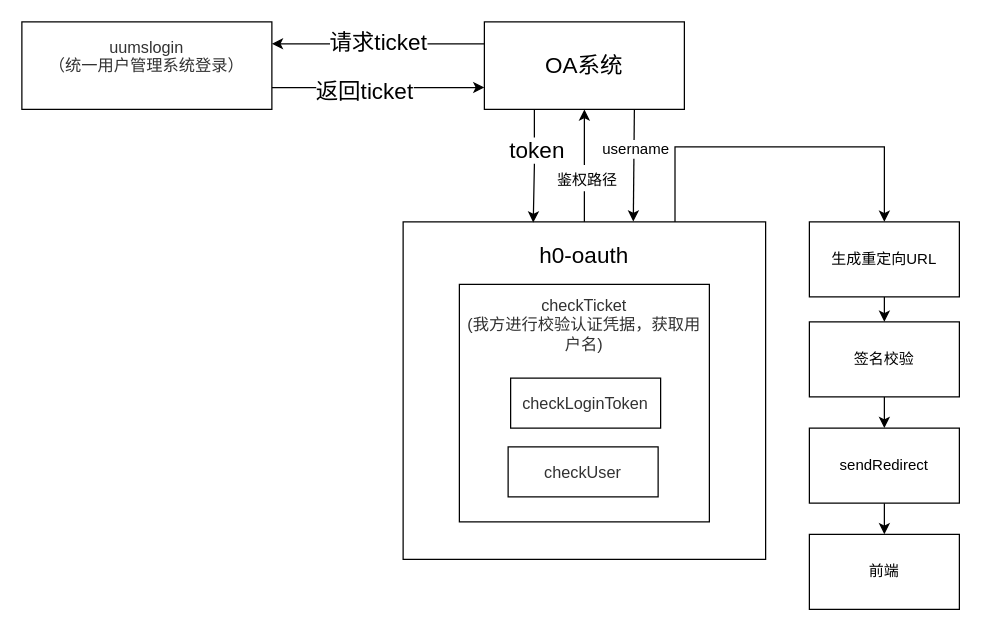
Before: OA.drawio in Alpha-chatbot/pic, a draw.io diagram. Source tidied: cells renumbered, new cells numbered last; positions are measured from the earlier drawing's top-left corner, leaving out a move shared by most shapes. Both pictures are drawn from the tidied source at 125%, with x=0, y=0 at pixel (21, 21).
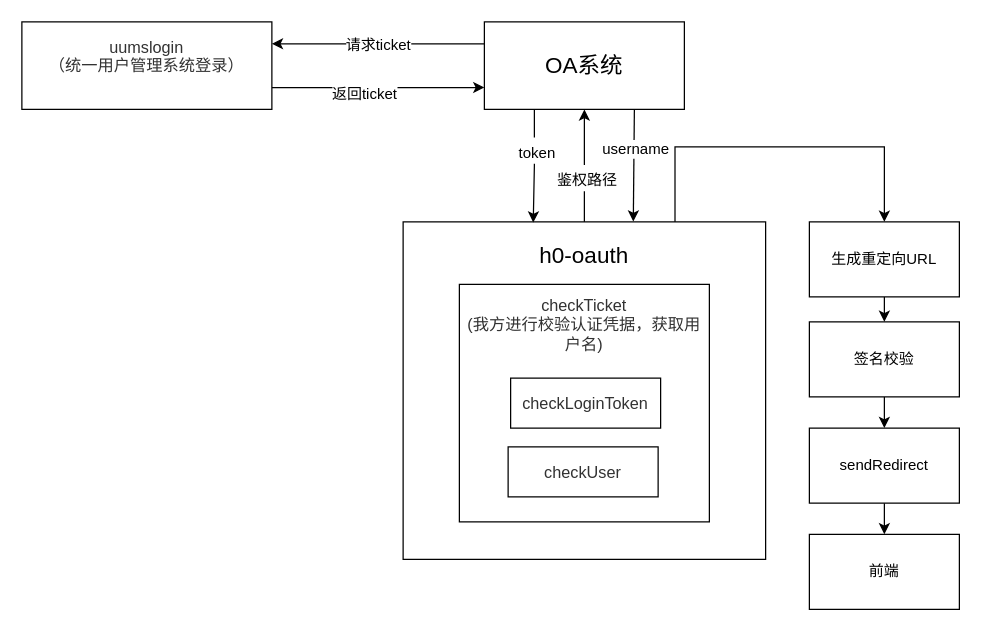
After the change.

Unchanged cells that the change refers to:
```xml
<mxCell id="6" style="edgeStyle=orthogonalEdgeStyle;rounded=0;jettySize=auto;html=1;exitX=1;exitY=0.75;exitDx=0;exitDy=0;entryX=0;entryY=0.75;entryDx=0;entryDy=0;fontSize=18;" parent="1" edge="1" source="8" target="17">
  <mxGeometry relative="1" as="geometry" />
</mxCell>
<mxCell id="8" value="&lt;span style=&quot;color: rgb(50, 50, 50); font-family: 微软雅黑; font-size: 13px; background-color: rgba(255, 255, 255, 0.01);&quot;&gt;uumslogin&lt;/span&gt;&lt;div style=&quot;resize: none; outline: none; font-size: 13px; color: rgb(50, 50, 50); font-family: 微软雅黑;&quot;&gt;（统一用户管理系统登录）&lt;/div&gt;&lt;div&gt;&lt;br&gt;&lt;/div&gt;" style="rounded=0;whiteSpace=wrap;html=1;" parent="1" vertex="1">
  <mxGeometry width="200" height="70" as="geometry" />
</mxCell>
<mxCell id="13" style="edgeStyle=orthogonalEdgeStyle;rounded=0;jettySize=auto;html=1;exitX=0.25;exitY=1;exitDx=0;exitDy=0;entryX=0.359;entryY=0.002;entryDx=0;entryDy=0;entryPerimeter=0;fontSize=18;" parent="1" edge="1" source="17" target="5">
  <mxGeometry relative="1" as="geometry" />
</mxCell>
<mxCell id="17" value="OA系统" style="rounded=0;whiteSpace=wrap;html=1;fontSize=18;" parent="1" vertex="1">
  <mxGeometry x="370" width="160" height="70" as="geometry" />
</mxCell>
```

What changed in the source:
```diff
@@
-    <mxCell id="7" value="返回ticket" style="edgeLabel;html=1;align=center;verticalAlign=middle;fontSize=18;" parent="6" vertex="1">
+    <mxCell id="7" value="&lt;font style=&quot;font-size: 12px;&quot;&gt;返回ticket&lt;/font&gt;" style="edgeLabel;html=1;align=center;verticalAlign=middle;fontSize=18;" parent="6" vertex="1">
       <mxGeometry x="-0.14" y="-3" relative="1" as="geometry" />
     </mxCell>
@@
-    <mxCell id="12" value="请求ticket" style="edgeStyle=orthogonalEdgeStyle;rounded=0;jettySize=auto;html=1;exitX=0;exitY=0.25;exitDx=0;exitDy=0;entryX=1;entryY=0.25;entryDx=0;entryDy=0;fontSize=18;" parent="1" edge="1" source="17" target="8">
+    <mxCell id="12" value="&lt;font style=&quot;font-size: 12px;&quot;&gt;请求ticket&lt;/font&gt;" style="edgeStyle=orthogonalEdgeStyle;rounded=0;jettySize=auto;html=1;exitX=0;exitY=0.25;exitDx=0;exitDy=0;entryX=1;entryY=0.25;entryDx=0;entryDy=0;fontSize=18;" parent="1" edge="1" source="17" target="8">
       <mxGeometry relative="1" as="geometry" />
     </mxCell>
@@
-    <mxCell id="14" value="token" style="edgeLabel;html=1;align=center;verticalAlign=middle;fontSize=18;" parent="13" vertex="1">
+    <mxCell id="14" value="&lt;font style=&quot;font-size: 12px;&quot;&gt;token&lt;/font&gt;" style="edgeLabel;html=1;align=center;verticalAlign=middle;fontSize=18;" parent="13" vertex="1">
       <mxGeometry x="-0.31" y="1" relative="1" as="geometry" />
     </mxCell>
```
